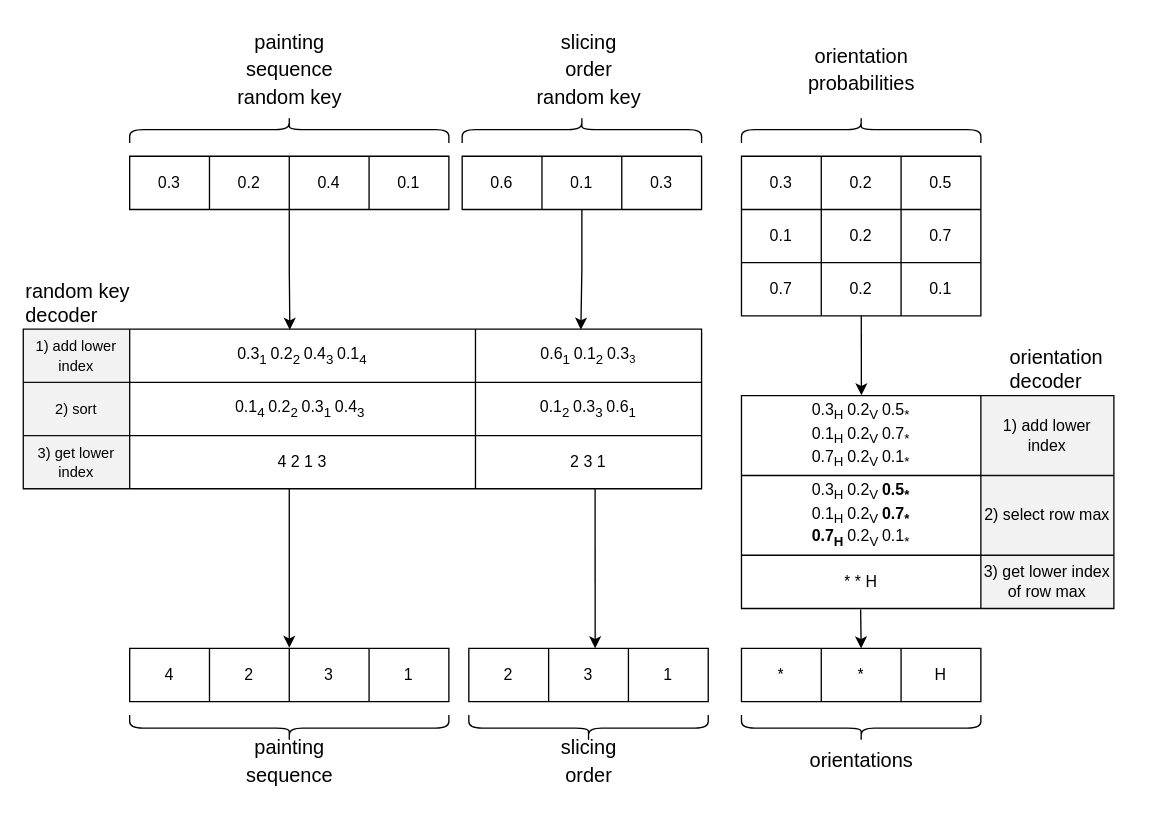
This is src/thesis/figures/individual_decoding.drawio from TaIos/master-thesis, a draw.io file, before an edit. Source tidied: cells renumbered, new cells numbered last; positions are measured from the earlier drawing's top-left corner, leaving out a move shared by most shapes. Both pictures are drawn from the tidied source at 133%, with x=0, y=0 at pixel (23, 23).
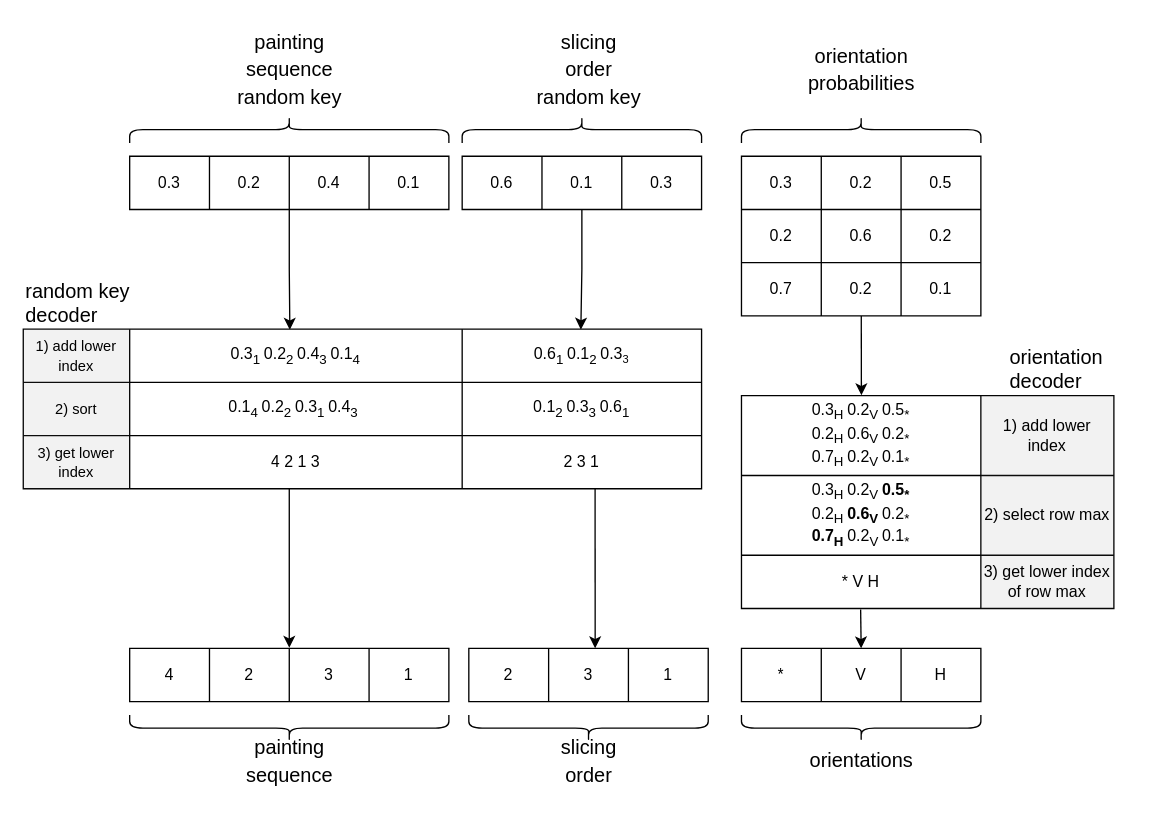
Above is the later version.

Unchanged cells that the change refers to:
```xml
<mxCell id="21" style="shape=tableRow;horizontal=0;startSize=0;swimlaneHead=0;swimlaneBody=0;top=0;left=0;bottom=0;right=0;fillColor=none;" parent="16" vertex="1">
  <mxGeometry y="40" width="180" height="40" as="geometry" />
</mxCell>
<mxCell id="39" style="shape=tableRow;horizontal=0;startSize=0;swimlaneHead=0;swimlaneBody=0;top=0;left=0;bottom=0;right=0;fillColor=none;points=[[0,0.5],[1,0.5]];portConstraint=eastwest;" parent="38" vertex="1">
  <mxGeometry width="510" height="40" as="geometry" />
</mxCell>
<mxCell id="43" style="shape=tableRow;horizontal=0;startSize=0;swimlaneHead=0;swimlaneBody=0;top=0;left=0;bottom=0;right=0;fillColor=none;" parent="38" vertex="1">
  <mxGeometry y="40" width="510" height="40" as="geometry" />
</mxCell>
<mxCell id="47" style="shape=tableRow;horizontal=0;startSize=0;swimlaneHead=0;swimlaneBody=0;top=0;left=0;bottom=0;right=0;fillColor=none;points=[[0,0.5],[1,0.5]];portConstraint=eastwest;" parent="38" vertex="1">
  <mxGeometry y="80" width="510" height="40" as="geometry" />
</mxCell>
<mxCell id="68" style="shape=tableRow;horizontal=0;startSize=0;swimlaneHead=0;swimlaneBody=0;top=0;left=0;bottom=0;right=0;fillColor=none;points=[[0,0.5],[1,0.5]];portConstraint=eastwest;" parent="67" vertex="1">
  <mxGeometry width="280" height="60" as="geometry" />
</mxCell>
<mxCell id="71" style="shape=tableRow;horizontal=0;startSize=0;swimlaneHead=0;swimlaneBody=0;top=0;left=0;bottom=0;right=0;fillColor=none;" parent="67" vertex="1">
  <mxGeometry y="60" width="280" height="60" as="geometry" />
</mxCell>
<mxCell id="74" style="shape=tableRow;horizontal=0;startSize=0;swimlaneHead=0;swimlaneBody=0;top=0;left=0;bottom=0;right=0;fillColor=none;points=[[0,0.5],[1,0.5]];portConstraint=eastwest;" parent="67" vertex="1">
  <mxGeometry y="120" width="280" height="40" as="geometry" />
</mxCell>
<mxCell id="78" style="shape=tableRow;horizontal=0;startSize=0;swimlaneHead=0;swimlaneBody=0;top=0;left=0;bottom=0;right=0;fillColor=none;points=[[0,0.5],[1,0.5]];portConstraint=eastwest;" parent="77" vertex="1">
  <mxGeometry width="180" height="40" as="geometry" />
</mxCell>
```

The edit, as a diff of the source:
```diff
@@
-    <mxCell id="22" value="0.1" style="shape=partialRectangle;html=1;whiteSpace=wrap;fillColor=none;top=0;left=0;bottom=0;right=0;overflow=hidden;" parent="21" vertex="1">
+    <mxCell id="22" value="0.2" style="shape=partialRectangle;html=1;whiteSpace=wrap;fillColor=none;top=0;left=0;bottom=0;right=0;overflow=hidden;" parent="21" vertex="1">
       <mxGeometry width="60" height="40" as="geometry" />
     </mxCell>
-    <mxCell id="23" value="0.2" style="shape=partialRectangle;html=1;whiteSpace=wrap;fillColor=none;top=0;left=0;bottom=0;right=0;overflow=hidden;" parent="21" vertex="1">
+    <mxCell id="23" value="0.6" style="shape=partialRectangle;html=1;whiteSpace=wrap;fillColor=none;top=0;left=0;bottom=0;right=0;overflow=hidden;" parent="21" vertex="1">
       <mxGeometry x="60" width="60" height="40" as="geometry" />
     </mxCell>
-    <mxCell id="24" value="0.7" style="shape=partialRectangle;html=1;whiteSpace=wrap;fillColor=none;top=0;left=0;bottom=0;right=0;overflow=hidden;" parent="21" vertex="1">
+    <mxCell id="24" value="0.2" style="shape=partialRectangle;html=1;whiteSpace=wrap;fillColor=none;top=0;left=0;bottom=0;right=0;overflow=hidden;" parent="21" vertex="1">
       <mxGeometry x="120" width="60" height="40" as="geometry" />
     </mxCell>
@@
     <mxCell id="41" value="0.3&lt;sub&gt;1&amp;nbsp;&lt;/sub&gt;0.2&lt;sub&gt;2&amp;nbsp;&lt;/sub&gt;0.4&lt;sub&gt;3&amp;nbsp;&lt;/sub&gt;0.1&lt;sub&gt;4&lt;/sub&gt;" style="shape=partialRectangle;html=1;whiteSpace=wrap;fillColor=none;top=0;left=0;bottom=0;right=0;overflow=hidden;" parent="39" vertex="1">
-      <mxGeometry x="80" width="260" height="40" as="geometry" />
+      <mxGeometry x="80" width="250" height="40" as="geometry" />
     </mxCell>
     <mxCell id="42" value="0.6&lt;sub&gt;1&amp;nbsp;&lt;/sub&gt;0.1&lt;sub&gt;2&amp;nbsp;&lt;/sub&gt;0.3&lt;span style=&quot;font-size: 10px;&quot;&gt;&lt;sub&gt;3&lt;/sub&gt;&lt;/span&gt;" style="shape=partialRectangle;html=1;whiteSpace=wrap;fillColor=none;top=0;left=0;bottom=0;right=0;overflow=hidden;" parent="39" vertex="1">
-      <mxGeometry x="340" width="170" height="40" as="geometry" />
+      <mxGeometry x="330" width="180" height="40" as="geometry" />
     </mxCell>
@@
     <mxCell id="45" value="0.1&lt;sub style=&quot;border-color: var(--border-color);&quot;&gt;4&amp;nbsp;&lt;/sub&gt;&lt;span style=&quot;border-color: var(--border-color);&quot;&gt;0.2&lt;sub style=&quot;border-color: var(--border-color);&quot;&gt;2&amp;nbsp;&lt;/sub&gt;&lt;/span&gt;0.3&lt;sub style=&quot;border-color: var(--border-color);&quot;&gt;1&amp;nbsp;&lt;/sub&gt;0.4&lt;sub style=&quot;border-color: var(--border-color);&quot;&gt;3&lt;/sub&gt;&amp;nbsp;" style="shape=partialRectangle;html=1;whiteSpace=wrap;fillColor=none;top=0;left=0;bottom=0;right=0;overflow=hidden;" parent="43" vertex="1">
-      <mxGeometry x="80" width="260" height="40" as="geometry" />
+      <mxGeometry x="80" width="250" height="40" as="geometry" />
     </mxCell>
     <mxCell id="46" value="0.1&lt;sub style=&quot;border-color: var(--border-color);&quot;&gt;2&amp;nbsp;&lt;/sub&gt;0.3&lt;span style=&quot;border-color: var(--border-color);&quot;&gt;&lt;sub style=&quot;border-color: var(--border-color);&quot;&gt;3&amp;nbsp;&lt;/sub&gt;&lt;/span&gt;0.6&lt;sub style=&quot;border-color: var(--border-color);&quot;&gt;1&lt;/sub&gt;" style="shape=partialRectangle;html=1;whiteSpace=wrap;fillColor=none;top=0;left=0;bottom=0;right=0;overflow=hidden;" parent="43" vertex="1">
-      <mxGeometry x="340" width="170" height="40" as="geometry" />
+      <mxGeometry x="330" width="180" height="40" as="geometry" />
     </mxCell>
@@
     <mxCell id="49" value="4 2 1 3" style="shape=partialRectangle;html=1;whiteSpace=wrap;fillColor=none;top=0;left=0;bottom=0;right=0;overflow=hidden;" parent="47" vertex="1">
-      <mxGeometry x="80" width="260" height="40" as="geometry" />
+      <mxGeometry x="80" width="250" height="40" as="geometry" />
     </mxCell>
     <mxCell id="50" value="2 3 1" style="shape=partialRectangle;html=1;whiteSpace=wrap;fillColor=none;top=0;left=0;bottom=0;right=0;overflow=hidden;" parent="47" vertex="1">
-      <mxGeometry x="340" width="170" height="40" as="geometry" />
+      <mxGeometry x="330" width="180" height="40" as="geometry" />
     </mxCell>
@@
-    <mxCell id="69" value="0.3&lt;sub&gt;H&amp;nbsp;&lt;/sub&gt;0.2&lt;sub&gt;V&amp;nbsp;&lt;/sub&gt;0.5&lt;sub&gt;*&lt;/sub&gt;&lt;br&gt;0.1&lt;sub&gt;H&amp;nbsp;&lt;/sub&gt;0.2&lt;sub&gt;V&amp;nbsp;&lt;/sub&gt;0.7&lt;sub&gt;*&lt;/sub&gt;&lt;br&gt;0.7&lt;sub&gt;H&amp;nbsp;&lt;/sub&gt;0.2&lt;sub&gt;V&amp;nbsp;&lt;/sub&gt;0.1&lt;sub&gt;*&lt;/sub&gt;" style="shape=partialRectangle;html=1;whiteSpace=wrap;fillColor=none;top=0;left=0;bottom=0;right=0;overflow=hidden;" parent="68" vertex="1">
+    <mxCell id="69" value="0.3&lt;sub&gt;H&amp;nbsp;&lt;/sub&gt;0.2&lt;sub&gt;V&amp;nbsp;&lt;/sub&gt;0.5&lt;sub&gt;*&lt;/sub&gt;&lt;br&gt;0.2&lt;sub&gt;H&amp;nbsp;&lt;/sub&gt;0.6&lt;sub&gt;V&amp;nbsp;&lt;/sub&gt;0.2&lt;sub&gt;*&lt;/sub&gt;&lt;br&gt;0.7&lt;sub&gt;H&amp;nbsp;&lt;/sub&gt;0.2&lt;sub&gt;V&amp;nbsp;&lt;/sub&gt;0.1&lt;sub&gt;*&lt;/sub&gt;" style="shape=partialRectangle;html=1;whiteSpace=wrap;fillColor=none;top=0;left=0;bottom=0;right=0;overflow=hidden;" parent="68" vertex="1">
       <mxGeometry width="180" height="60" as="geometry" />
     </mxCell>
@@
-    <mxCell id="72" value="&lt;span style=&quot;border-color: var(--border-color);&quot;&gt;0.3&lt;sub style=&quot;border-color: var(--border-color);&quot;&gt;H&amp;nbsp;&lt;/sub&gt;0.2&lt;sub style=&quot;border-color: var(--border-color);&quot;&gt;V&amp;nbsp;&lt;/sub&gt;&lt;b&gt;0.5&lt;sub style=&quot;border-color: var(--border-color);&quot;&gt;*&lt;/sub&gt;&lt;/b&gt;&lt;br style=&quot;border-color: var(--border-color);&quot;&gt;0.1&lt;sub style=&quot;border-color: var(--border-color);&quot;&gt;H&amp;nbsp;&lt;/sub&gt;0.2&lt;sub style=&quot;border-color: var(--border-color);&quot;&gt;V&amp;nbsp;&lt;/sub&gt;&lt;b&gt;0.7&lt;sub style=&quot;border-color: var(--border-color);&quot;&gt;*&lt;/sub&gt;&lt;/b&gt;&lt;br style=&quot;border-color: var(--border-color);&quot;&gt;&lt;b&gt;0.7&lt;/b&gt;&lt;sub style=&quot;border-color: var(--border-color);&quot;&gt;&lt;b&gt;H&lt;/b&gt;&amp;nbsp;&lt;/sub&gt;0.2&lt;sub style=&quot;border-color: var(--border-color);&quot;&gt;V&amp;nbsp;&lt;/sub&gt;0.1&lt;sub style=&quot;border-color: var(--border-color);&quot;&gt;*&lt;/sub&gt;&lt;br&gt;&lt;/span&gt;" style="shape=partialRectangle;html=1;whiteSpace=wrap;fillColor=none;top=0;left=0;bottom=0;right=0;overflow=hidden;" parent="71" vertex="1">
+    <mxCell id="72" value="&lt;span style=&quot;border-color: var(--border-color);&quot;&gt;0.3&lt;sub style=&quot;border-color: var(--border-color);&quot;&gt;H&amp;nbsp;&lt;/sub&gt;0.2&lt;sub style=&quot;border-color: var(--border-color);&quot;&gt;V&amp;nbsp;&lt;/sub&gt;&lt;b&gt;0.5&lt;sub style=&quot;border-color: var(--border-color);&quot;&gt;*&lt;/sub&gt;&lt;/b&gt;&lt;br style=&quot;border-color: var(--border-color);&quot;&gt;0.2&lt;sub style=&quot;border-color: var(--border-color);&quot;&gt;H&amp;nbsp;&lt;/sub&gt;&lt;b&gt;0.6&lt;/b&gt;&lt;sub style=&quot;border-color: var(--border-color);&quot;&gt;&lt;b&gt;V&lt;/b&gt;&amp;nbsp;&lt;/sub&gt;0.2&lt;sub style=&quot;border-color: var(--border-color);&quot;&gt;*&lt;/sub&gt;&lt;br style=&quot;border-color: var(--border-color);&quot;&gt;&lt;b&gt;0.7&lt;/b&gt;&lt;sub style=&quot;border-color: var(--border-color);&quot;&gt;&lt;b&gt;H&lt;/b&gt;&amp;nbsp;&lt;/sub&gt;0.2&lt;sub style=&quot;border-color: var(--border-color);&quot;&gt;V&amp;nbsp;&lt;/sub&gt;0.1&lt;sub style=&quot;border-color: var(--border-color);&quot;&gt;*&lt;/sub&gt;&lt;br&gt;&lt;/span&gt;" style="shape=partialRectangle;html=1;whiteSpace=wrap;fillColor=none;top=0;left=0;bottom=0;right=0;overflow=hidden;" parent="71" vertex="1">
       <mxGeometry width="180" height="60" as="geometry" />
     </mxCell>
@@
-    <mxCell id="75" value="* * H" style="shape=partialRectangle;html=1;whiteSpace=wrap;fillColor=none;top=0;left=0;bottom=0;right=0;overflow=hidden;" parent="74" vertex="1">
+    <mxCell id="75" value="* V H" style="shape=partialRectangle;html=1;whiteSpace=wrap;fillColor=none;top=0;left=0;bottom=0;right=0;overflow=hidden;" parent="74" vertex="1">
       <mxGeometry width="180" height="40" as="geometry" />
     </mxCell>
@@
-    <mxCell id="80" value="*" style="shape=partialRectangle;html=1;whiteSpace=wrap;fillColor=none;top=0;left=0;bottom=0;right=0;overflow=hidden;" parent="78" vertex="1">
+    <mxCell id="80" value="V" style="shape=partialRectangle;html=1;whiteSpace=wrap;fillColor=none;top=0;left=0;bottom=0;right=0;overflow=hidden;" parent="78" vertex="1">
       <mxGeometry x="60" width="60" height="40" as="geometry" />
     </mxCell>
```
